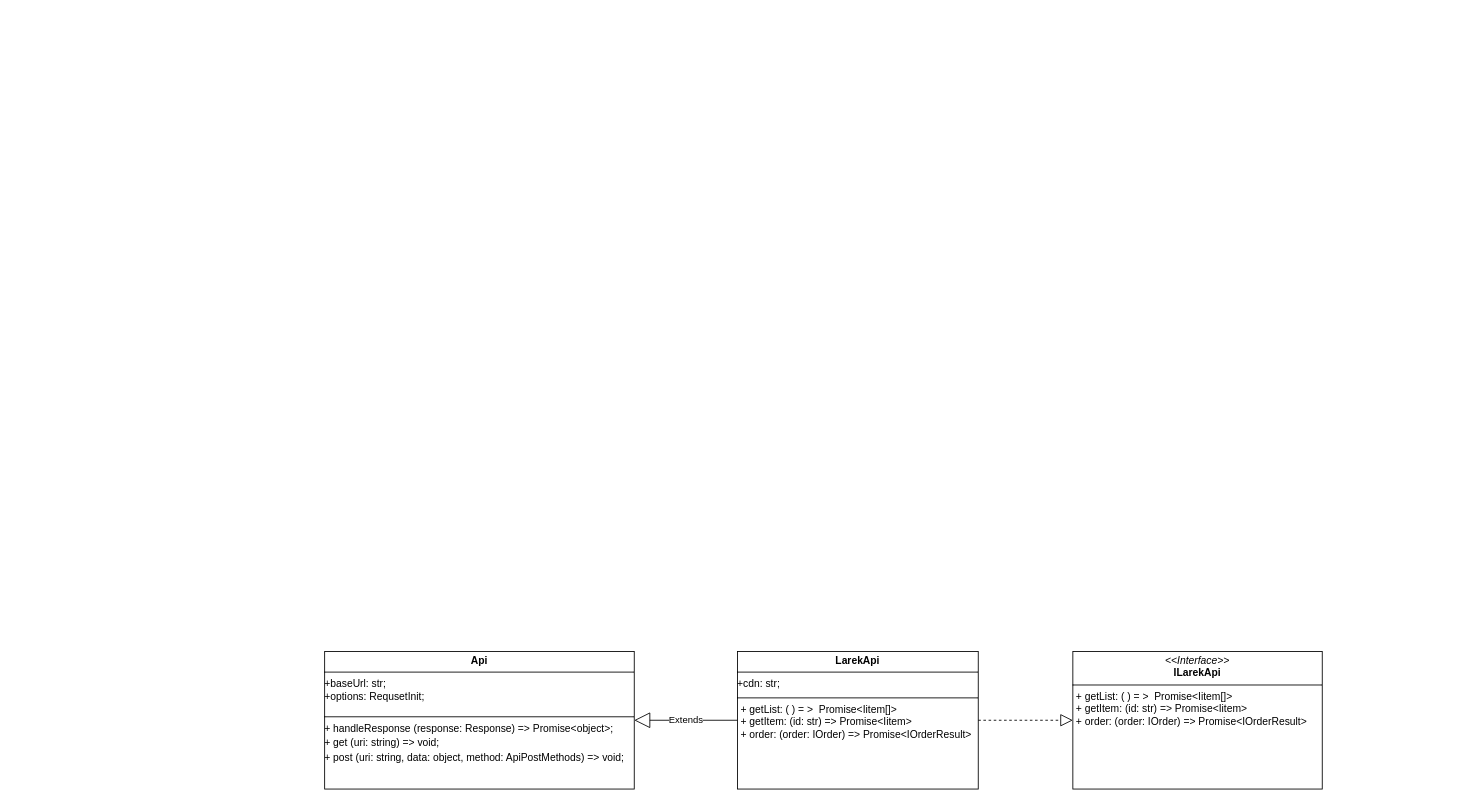
Camteer/MoGo keeps this draw.io diagram as Диаграмма без названия.drawio. Above is the earlier version. Source tidied: cells renumbered, new cells numbered last; positions are measured from the earlier drawing's top-left corner, leaving out a move shared by most shapes. Both pictures are drawn from the tidied source at 86%, with x=0, y=0 at pixel (324, 651).
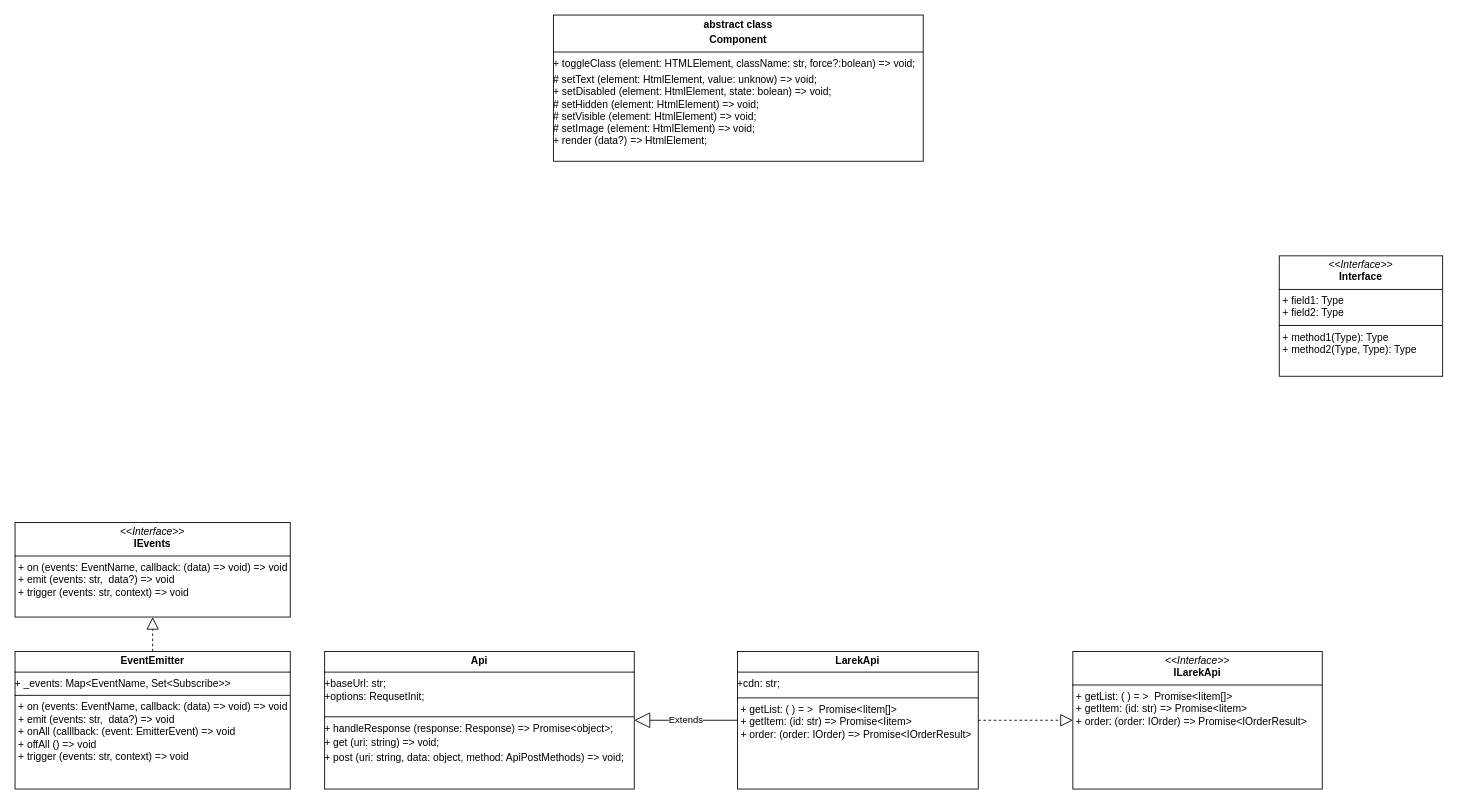
The same page after the edit.

What changed in the source:
```diff
@@
 <mxGraphModel>
   <root>
     <mxCell id="0" />
     <mxCell id="1" parent="0" />
     <mxCell id="2" value="&lt;p style=&quot;margin:0px;margin-top:4px;text-align:center;&quot;&gt;&lt;i&gt;&amp;lt;&amp;lt;Interface&amp;gt;&amp;gt;&lt;/i&gt;&lt;br&gt;&lt;b&gt;ILarekApi&lt;/b&gt;&lt;/p&gt;&lt;hr size=&quot;1&quot; style=&quot;border-style:solid;&quot;&gt;&lt;p style=&quot;margin:0px;margin-left:4px;&quot;&gt;&lt;span style=&quot;background-color: initial;&quot;&gt;+ getList: ( ) = &amp;gt;&amp;nbsp; Promise&amp;lt;Iitem[]&amp;gt;&lt;/span&gt;&lt;br&gt;&lt;/p&gt;&lt;p style=&quot;margin:0px;margin-left:4px;&quot;&gt;+ getItem: (id: str) =&amp;gt; Promise&amp;lt;Iitem&amp;gt;&lt;/p&gt;&lt;p style=&quot;margin:0px;margin-left:4px;&quot;&gt;+ order: (order: IOrder) =&amp;gt; Promise&amp;lt;IOrderResult&amp;gt;&lt;/p&gt;" style="verticalAlign=top;align=left;overflow=fill;html=1;whiteSpace=wrap;" parent="1" vertex="1">
       <mxGeometry x="870" width="290" height="160" as="geometry" />
     </mxCell>
     <mxCell id="3" value="&lt;p style=&quot;margin:0px;margin-top:4px;text-align:center;&quot;&gt;&lt;b&gt;LarekApi&lt;/b&gt;&lt;/p&gt;&lt;hr size=&quot;1&quot; style=&quot;border-style:solid;&quot;&gt;+cdn: str;&lt;br&gt;&lt;div style=&quot;height:2px;&quot;&gt;&lt;/div&gt;&lt;hr size=&quot;1&quot; style=&quot;border-style:solid;&quot;&gt;&lt;div style=&quot;height:2px;&quot;&gt;&lt;p style=&quot;margin: 0px 0px 0px 4px;&quot;&gt;&lt;span style=&quot;background-color: initial;&quot;&gt;+ getList: ( ) = &amp;gt;&amp;nbsp; Promise&amp;lt;Iitem[]&amp;gt;&lt;/span&gt;&lt;br&gt;&lt;/p&gt;&lt;p style=&quot;margin: 0px 0px 0px 4px;&quot;&gt;+ getItem: (id: str) =&amp;gt; Promise&amp;lt;Iitem&amp;gt;&lt;/p&gt;&lt;p style=&quot;margin: 0px 0px 0px 4px;&quot;&gt;+ order: (order: IOrder) =&amp;gt; Promise&amp;lt;IOrderResult&amp;gt;&lt;/p&gt;&lt;/div&gt;" style="verticalAlign=top;align=left;overflow=fill;html=1;whiteSpace=wrap;" parent="1" vertex="1">
       <mxGeometry x="480" width="280" height="160" as="geometry" />
     </mxCell>
     <mxCell id="4" style="endArrow=block;dashed=1;endFill=0;endSize=12;html=1;rounded=0;exitX=1;exitY=0.5;exitDx=0;exitDy=0;entryX=0;entryY=0.5;entryDx=0;entryDy=0;" parent="1" edge="1" source="3" target="2">
       <mxGeometry relative="1" as="geometry" />
     </mxCell>
     <mxCell id="5" value="&lt;p style=&quot;margin:0px;margin-top:4px;text-align:center;&quot;&gt;&lt;b&gt;Api&lt;/b&gt;&lt;/p&gt;&lt;hr size=&quot;1&quot; style=&quot;border-style:solid;&quot;&gt;+baseUrl: str;&lt;div&gt;+options: RequsetInit;&lt;br&gt;&lt;div style=&quot;height:2px;&quot;&gt;&lt;br&gt;&lt;/div&gt;&lt;div style=&quot;height:2px;&quot;&gt;&lt;br&gt;&lt;/div&gt;&lt;div style=&quot;height:2px;&quot;&gt;&lt;br&gt;&lt;/div&gt;&lt;div style=&quot;height:2px;&quot;&gt;&lt;br&gt;&lt;/div&gt;&lt;div style=&quot;height:2px;&quot;&gt;&lt;br&gt;&lt;/div&gt;&lt;hr size=&quot;1&quot; style=&quot;border-style:solid;&quot;&gt;&lt;div style=&quot;height:2px;&quot;&gt;+ handleResponse (response: Response) =&amp;gt; Promise&amp;lt;object&amp;gt;;&lt;/div&gt;&lt;/div&gt;&lt;div style=&quot;height:2px;&quot;&gt;&lt;br&gt;&lt;/div&gt;&lt;div style=&quot;height:2px;&quot;&gt;&lt;br&gt;&lt;/div&gt;&lt;div style=&quot;height:2px;&quot;&gt;&lt;br&gt;&lt;/div&gt;&lt;div style=&quot;height:2px;&quot;&gt;&lt;br&gt;&lt;/div&gt;&lt;div style=&quot;height:2px;&quot;&gt;&lt;br&gt;&lt;/div&gt;&lt;div style=&quot;height:2px;&quot;&gt;&lt;br&gt;&lt;/div&gt;&lt;div style=&quot;height:2px;&quot;&gt;&lt;br&gt;&lt;/div&gt;&lt;div style=&quot;height:2px;&quot;&gt;+ get (uri: string) =&amp;gt; void;&lt;/div&gt;&lt;div style=&quot;height:2px;&quot;&gt;&lt;br&gt;&lt;/div&gt;&lt;div style=&quot;height:2px;&quot;&gt;&lt;br&gt;&lt;/div&gt;&lt;div style=&quot;height:2px;&quot;&gt;&lt;br&gt;&lt;/div&gt;&lt;div style=&quot;height:2px;&quot;&gt;&lt;br&gt;&lt;/div&gt;&lt;div style=&quot;height:2px;&quot;&gt;&lt;br&gt;&lt;/div&gt;&lt;div style=&quot;height:2px;&quot;&gt;&lt;br&gt;&lt;/div&gt;&lt;div style=&quot;height:2px;&quot;&gt;&lt;br&gt;&lt;/div&gt;&lt;div style=&quot;height:2px;&quot;&gt;&lt;br&gt;&lt;/div&gt;&lt;div style=&quot;height:2px;&quot;&gt;+ post (uri: string, data: object, method: ApiPostMethods) =&amp;gt; void;&lt;/div&gt;" style="verticalAlign=top;align=left;overflow=fill;html=1;whiteSpace=wrap;" parent="1" vertex="1">
       <mxGeometry width="360" height="160" as="geometry" />
     </mxCell>
     <mxCell id="6" value="Extends" style="endArrow=block;endSize=16;endFill=0;html=1;rounded=0;exitX=0;exitY=0.5;exitDx=0;exitDy=0;" parent="1" edge="1" source="3" target="5">
       <mxGeometry relative="1" as="geometry" />
     </mxCell>
+    <mxCell id="7" value="&lt;p style=&quot;margin:0px;margin-top:4px;text-align:center;&quot;&gt;&lt;i&gt;&amp;lt;&amp;lt;Interface&amp;gt;&amp;gt;&lt;/i&gt;&lt;br&gt;&lt;b&gt;IEvents&lt;/b&gt;&lt;/p&gt;&lt;hr size=&quot;1&quot; style=&quot;border-style:solid;&quot;&gt;&lt;p style=&quot;margin:0px;margin-left:4px;&quot;&gt;+ on (events: EventName, callback: (data) =&amp;gt; void) =&amp;gt; void&lt;br&gt;+&amp;nbsp;&lt;span style=&quot;background-color: initial;&quot;&gt;emit (events: str,&amp;nbsp; data?) =&amp;gt; void&lt;/span&gt;&lt;/p&gt;&lt;p style=&quot;margin:0px;margin-left:4px;&quot;&gt;&lt;span style=&quot;background-color: initial;&quot;&gt;+&amp;nbsp;&lt;/span&gt;&lt;span style=&quot;background-color: initial;&quot;&gt;trigger (events: str, context) =&amp;gt; void&lt;/span&gt;&lt;/p&gt;&lt;p style=&quot;margin:0px;margin-left:4px;&quot;&gt;&lt;br&gt;&lt;/p&gt;" style="verticalAlign=top;align=left;overflow=fill;html=1;whiteSpace=wrap;" parent="1" vertex="1">
+      <mxGeometry x="-360" y="-150" width="320" height="110" as="geometry" />
+    </mxCell>
+    <mxCell id="8" value="&lt;p style=&quot;margin:0px;margin-top:4px;text-align:center;&quot;&gt;&lt;b&gt;EventEmitter&lt;/b&gt;&lt;/p&gt;&lt;hr size=&quot;1&quot; style=&quot;border-style:solid;&quot;&gt;&lt;div style=&quot;height:2px;&quot;&gt;+ _events: Map&amp;lt;EventName, Set&amp;lt;Subscribe&amp;gt;&amp;gt;&lt;/div&gt;&lt;div style=&quot;height:2px;&quot;&gt;&lt;br&gt;&lt;/div&gt;&lt;div style=&quot;height:2px;&quot;&gt;&lt;br&gt;&lt;/div&gt;&lt;div style=&quot;height:2px;&quot;&gt;&lt;br&gt;&lt;/div&gt;&lt;div style=&quot;height:2px;&quot;&gt;&lt;br&gt;&lt;/div&gt;&lt;div style=&quot;height:2px;&quot;&gt;&lt;br&gt;&lt;/div&gt;&lt;div style=&quot;height:2px;&quot;&gt;&lt;br&gt;&lt;/div&gt;&lt;hr size=&quot;1&quot; style=&quot;border-style:solid;&quot;&gt;&lt;div style=&quot;height:2px;&quot;&gt;&lt;p style=&quot;margin: 4px 0px 0px; text-align: center;&quot;&gt;&lt;/p&gt;&lt;p style=&quot;margin: 0px 0px 0px 4px;&quot;&gt;+ on (events: EventName, callback: (data) =&amp;gt; void) =&amp;gt; void&lt;br&gt;+&amp;nbsp;&lt;span style=&quot;background-color: initial;&quot;&gt;emit (events: str,&amp;nbsp; data?) =&amp;gt; void&lt;/span&gt;&lt;/p&gt;&lt;p style=&quot;margin: 0px 0px 0px 4px;&quot;&gt;&lt;span style=&quot;background-color: initial;&quot;&gt;+ onAll (calllback: (event: EmitterEvent) =&amp;gt; void&lt;/span&gt;&lt;/p&gt;&lt;p style=&quot;margin: 0px 0px 0px 4px;&quot;&gt;&lt;span style=&quot;background-color: initial;&quot;&gt;+ offAll () =&amp;gt; void&lt;/span&gt;&lt;/p&gt;&lt;p style=&quot;margin: 0px 0px 0px 4px;&quot;&gt;&lt;span style=&quot;background-color: initial;&quot;&gt;+&amp;nbsp;&lt;/span&gt;&lt;span style=&quot;background-color: initial;&quot;&gt;trigger (events: str, context) =&amp;gt; void&lt;/span&gt;&lt;/p&gt;&lt;p style=&quot;margin: 0px 0px 0px 4px;&quot;&gt;&lt;br&gt;&lt;/p&gt;&lt;/div&gt;" style="verticalAlign=top;align=left;overflow=fill;html=1;whiteSpace=wrap;" parent="1" vertex="1">
+      <mxGeometry x="-360" width="320" height="160" as="geometry" />
+    </mxCell>
+    <mxCell id="9" style="endArrow=block;dashed=1;endFill=0;endSize=12;html=1;rounded=0;exitX=0.5;exitY=0;exitDx=0;exitDy=0;entryX=0.5;entryY=1;entryDx=0;entryDy=0;" parent="1" edge="1" source="8" target="7">
+      <mxGeometry relative="1" as="geometry" />
+    </mxCell>
+    <mxCell id="10" value="&lt;p style=&quot;margin:0px;margin-top:4px;text-align:center;&quot;&gt;&lt;i&gt;&amp;lt;&amp;lt;Interface&amp;gt;&amp;gt;&lt;/i&gt;&lt;br/&gt;&lt;b&gt;Interface&lt;/b&gt;&lt;/p&gt;&lt;hr size=&quot;1&quot; style=&quot;border-style:solid;&quot;/&gt;&lt;p style=&quot;margin:0px;margin-left:4px;&quot;&gt;+ field1: Type&lt;br/&gt;+ field2: Type&lt;/p&gt;&lt;hr size=&quot;1&quot; style=&quot;border-style:solid;&quot;/&gt;&lt;p style=&quot;margin:0px;margin-left:4px;&quot;&gt;+ method1(Type): Type&lt;br/&gt;+ method2(Type, Type): Type&lt;/p&gt;" style="verticalAlign=top;align=left;overflow=fill;html=1;whiteSpace=wrap;" parent="1" vertex="1">
+      <mxGeometry x="1110" y="-460" width="190" height="140" as="geometry" />
+    </mxCell>
+    <mxCell id="11" value="&lt;p style=&quot;margin:0px;margin-top:4px;text-align:center;&quot;&gt;&lt;b&gt;abstract class&lt;/b&gt;&lt;/p&gt;&lt;p style=&quot;margin:0px;margin-top:4px;text-align:center;&quot;&gt;&lt;b&gt;Component&lt;/b&gt;&lt;/p&gt;&lt;hr size=&quot;1&quot; style=&quot;border-style:solid;&quot;&gt;&lt;div style=&quot;height:2px;&quot;&gt;+ toggleClass (element: HTMLElement, className: str, force?:bolean) =&amp;gt; void;&lt;/div&gt;&lt;div style=&quot;height:2px;&quot;&gt;&lt;br&gt;&lt;/div&gt;&lt;div style=&quot;height:2px;&quot;&gt;&lt;br&gt;# setText (element: HtmlElement, value: unknow) =&amp;gt; void;&lt;br&gt;+ setDisabled (&lt;span style=&quot;background-color: initial;&quot;&gt;element: HtmlElement, state: bolean) =&amp;gt; void;&lt;br&gt;# setHidden (&lt;/span&gt;&lt;span style=&quot;background-color: initial;&quot;&gt;element: HtmlElement&lt;/span&gt;&lt;span style=&quot;background-color: initial;&quot;&gt;) =&amp;gt; void;&lt;br&gt;# setVisible (&lt;/span&gt;&lt;span style=&quot;background-color: initial;&quot;&gt;element: HtmlElement) =&amp;gt; void;&lt;br&gt;# setImage (&lt;/span&gt;&lt;span style=&quot;background-color: initial;&quot;&gt;element: HtmlElement) =&amp;gt; void;&lt;br&gt;+ render (data?) =&amp;gt;&amp;nbsp;&lt;/span&gt;&lt;span style=&quot;background-color: initial;&quot;&gt;HtmlElement;&lt;/span&gt;&lt;/div&gt;&lt;div style=&quot;height:2px;&quot;&gt;&lt;br&gt;&lt;/div&gt;&lt;div style=&quot;height:2px;&quot;&gt;&lt;br&gt;&lt;/div&gt;&lt;div style=&quot;height:2px;&quot;&gt;&lt;br&gt;&lt;/div&gt;&lt;div style=&quot;height:2px;&quot;&gt;&lt;br&gt;&lt;/div&gt;&lt;div style=&quot;height:2px;&quot;&gt;&lt;br&gt;&lt;/div&gt;&lt;div style=&quot;height:2px;&quot;&gt;&lt;/div&gt;" style="verticalAlign=top;align=left;overflow=fill;html=1;whiteSpace=wrap;" parent="1" vertex="1">
+      <mxGeometry x="266" y="-740" width="430" height="170" as="geometry" />
+    </mxCell>
   </root>
 </mxGraphModel>
```
